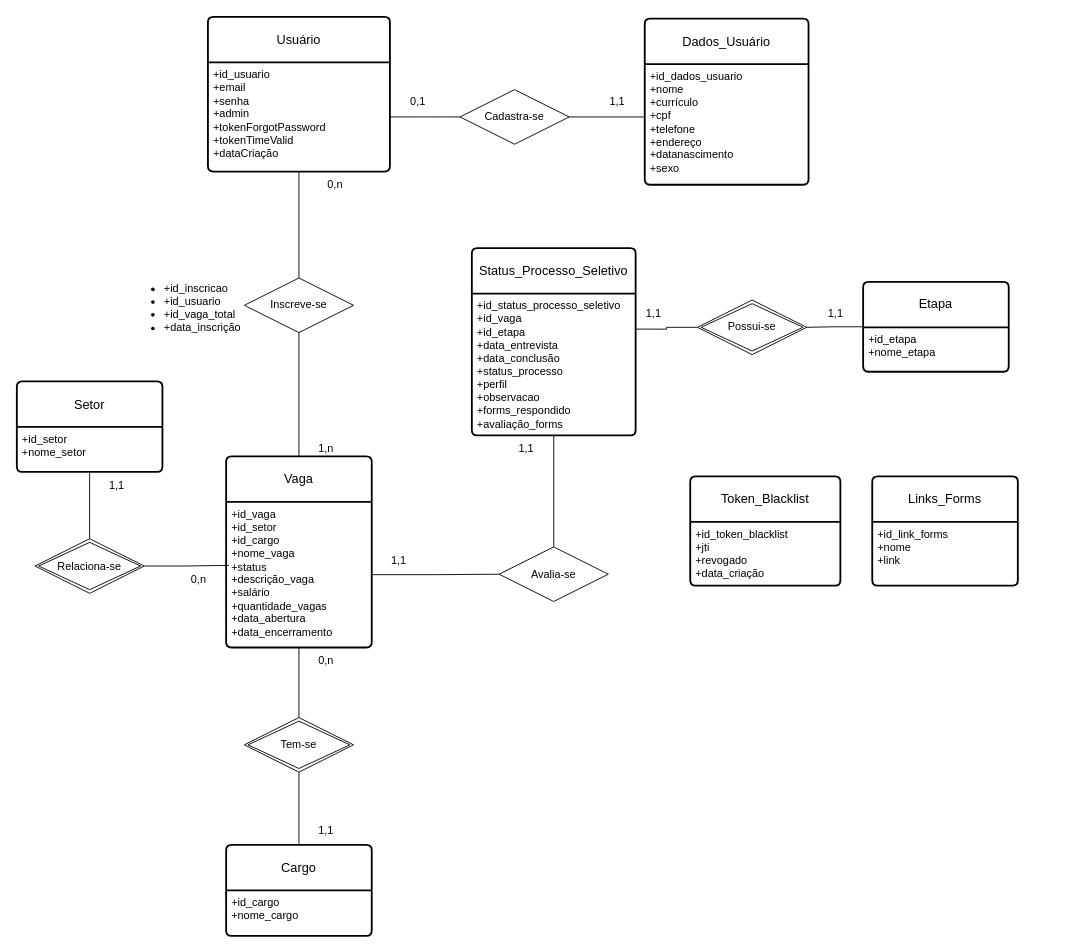
Earlier version of the draw.io diagram Diagrama Modelo Relacional.drawio (ExtraProjects860/Project-Selection-Process-Control). Source tidied: cells renumbered, new cells numbered last; positions are measured from the earlier drawing's top-left corner, leaving out a move shared by most shapes. Both pictures are drawn from the tidied source at 91%, with x=0, y=0 at pixel (16, 16).
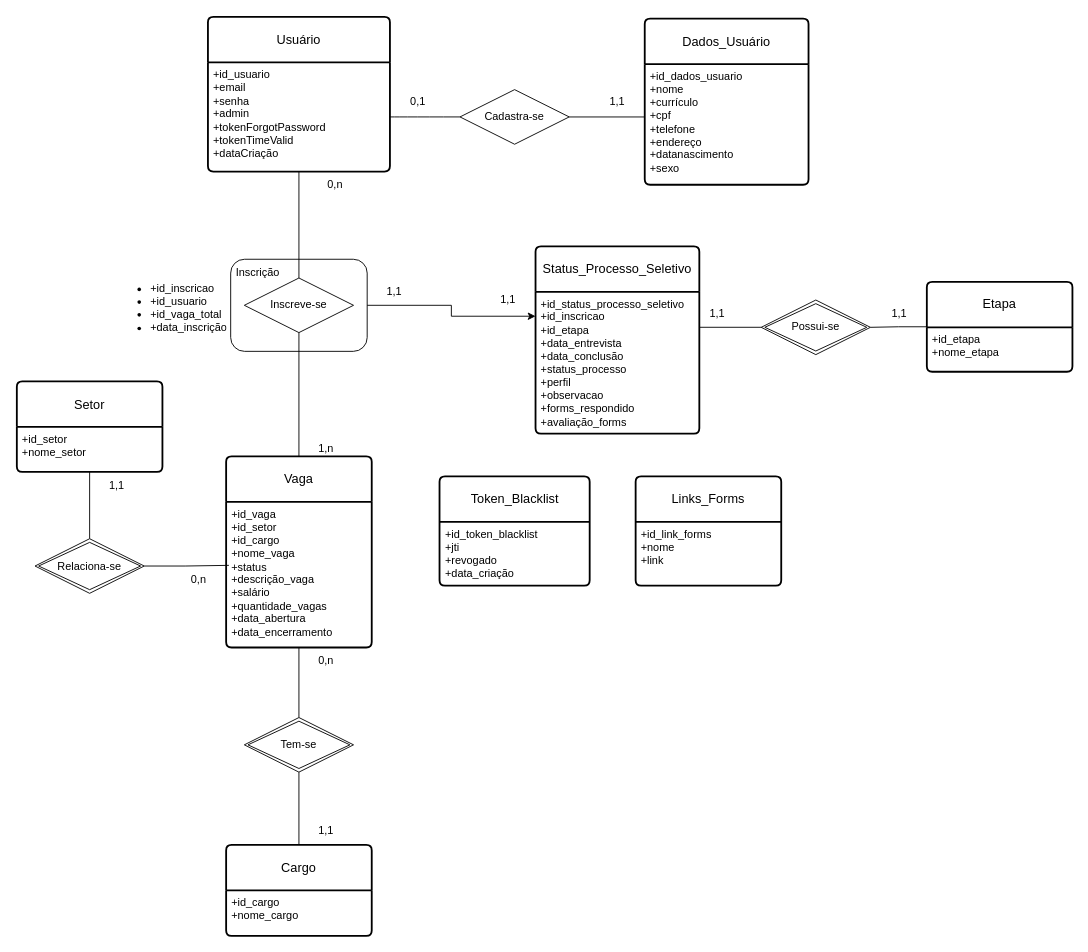
Above is the later version.

The change refers to these unchanged cells:
```xml
<mxCell id="3" value="+id_usuario&lt;br&gt;+email&lt;br&gt;+senha&lt;div&gt;+admin&lt;/div&gt;&lt;div&gt;+tokenForgotPassword&lt;/div&gt;&lt;div&gt;+tokenTimeValid&lt;/div&gt;&lt;div&gt;+dataCriação&lt;/div&gt;" style="align=left;strokeColor=none;fillColor=none;spacingLeft=4;fontSize=12;verticalAlign=top;html=1;" parent="2" vertex="1">
  <mxGeometry y="50" width="200" height="120" as="geometry" />
</mxCell>
<mxCell id="27" value="Vaga" style="swimlane;horizontal=1;startSize=50;rounded=1;fontSize=14;fontStyle=0;strokeWidth=2;shadow=0;dashed=0;align=center;arcSize=4;whiteSpace=wrap;html=1;" parent="1" vertex="1">
  <mxGeometry x="230" y="483" width="160" height="210" as="geometry" />
</mxCell>
<mxCell id="28" value="&lt;div&gt;+id_vaga&lt;/div&gt;&lt;div&gt;+id_setor&lt;/div&gt;&lt;div&gt;+id_cargo&lt;/div&gt;&lt;div&gt;+nome_vaga&lt;/div&gt;&lt;div&gt;+status&lt;/div&gt;&lt;div&gt;+descrição_vaga&lt;/div&gt;&lt;div&gt;+salário&lt;/div&gt;&lt;div&gt;+quantidade_vagas&lt;/div&gt;&lt;div&gt;+data_abertura&lt;/div&gt;&lt;div&gt;+data_encerramento&lt;/div&gt;" style="align=left;strokeColor=none;fillColor=none;spacingLeft=4;fontSize=12;verticalAlign=top;html=1;" parent="27" vertex="1">
  <mxGeometry y="50" width="160" height="160" as="geometry" />
</mxCell>
```

The edit, as a diff of the source:
```diff
@@
     <mxCell id="8" value="Status_Processo_Seletivo" style="swimlane;horizontal=1;startSize=50;rounded=1;fontSize=14;fontStyle=0;strokeWidth=2;shadow=0;dashed=0;align=center;arcSize=4;whiteSpace=wrap;html=1;" parent="1" vertex="1">
-      <mxGeometry x="500" y="254.2" width="180" height="205.8" as="geometry" />
+      <mxGeometry x="570" y="252.2" width="180" height="205.8" as="geometry" />
     </mxCell>
-    <mxCell id="9" value="+id_status_processo_seletivo&lt;div&gt;+id_vaga&lt;/div&gt;&lt;div&gt;+id_etapa&lt;/div&gt;&lt;div&gt;&lt;span style=&quot;background-color: initial;&quot;&gt;+data_entrevista&lt;/span&gt;&lt;/div&gt;&lt;div&gt;&lt;span style=&quot;background-color: initial;&quot;&gt;+data_conclusão&lt;/span&gt;&lt;/div&gt;&lt;div&gt;&lt;span style=&quot;background-color: initial;&quot;&gt;+status_processo&lt;/span&gt;&lt;/div&gt;&lt;div&gt;+perfil&lt;/div&gt;&lt;div&gt;+observacao&lt;/div&gt;&lt;div&gt;+forms_respondido&lt;/div&gt;&lt;div&gt;+avaliação_forms&lt;/div&gt;" style="align=left;strokeColor=none;fillColor=none;spacingLeft=4;fontSize=12;verticalAlign=top;html=1;" parent="8" vertex="1">
+    <mxCell id="9" value="+id_status_processo_seletivo&lt;div&gt;+id_inscricao&lt;/div&gt;&lt;div&gt;+id_etapa&lt;/div&gt;&lt;div&gt;&lt;span style=&quot;background-color: initial;&quot;&gt;+data_entrevista&lt;/span&gt;&lt;/div&gt;&lt;div&gt;&lt;span style=&quot;background-color: initial;&quot;&gt;+data_conclusão&lt;/span&gt;&lt;/div&gt;&lt;div&gt;&lt;span style=&quot;background-color: initial;&quot;&gt;+status_processo&lt;/span&gt;&lt;/div&gt;&lt;div&gt;+perfil&lt;/div&gt;&lt;div&gt;+observacao&lt;/div&gt;&lt;div&gt;+forms_respondido&lt;/div&gt;&lt;div&gt;+avaliação_forms&lt;/div&gt;" style="align=left;strokeColor=none;fillColor=none;spacingLeft=4;fontSize=12;verticalAlign=top;html=1;" parent="8" vertex="1">
       <mxGeometry y="50" width="180" height="155.8" as="geometry" />
     </mxCell>
@@
-    <mxCell id="18" style="edgeStyle=orthogonalEdgeStyle;rounded=0;jettySize=auto;html=1;endArrow=none;endFill=0;" parent="1" edge="1" source="19" target="8">
-      <mxGeometry relative="1" as="geometry" />
-    </mxCell>
-    <mxCell id="19" value="Avalia-se" style="shape=rhombus;perimeter=rhombusPerimeter;whiteSpace=wrap;html=1;align=center;" parent="1" vertex="1">
-      <mxGeometry x="530" y="582.5" width="120" height="60" as="geometry" />
-    </mxCell>
@@
     <mxCell id="21" value="1,1" style="text;html=1;align=center;verticalAlign=middle;whiteSpace=wrap;rounded=0;" parent="1" vertex="1">
-      <mxGeometry x="390" y="582.5" width="60" height="30" as="geometry" />
+      <mxGeometry x="385" y="287" width="60" height="30" as="geometry" />
     </mxCell>
     <mxCell id="22" value="1,1" style="text;html=1;align=center;verticalAlign=middle;whiteSpace=wrap;rounded=0;" parent="1" vertex="1">
-      <mxGeometry x="530" y="460" width="60" height="30" as="geometry" />
+      <mxGeometry x="510" y="296.4" width="60" height="30" as="geometry" />
     </mxCell>
-    <mxCell id="23" style="edgeStyle=orthogonalEdgeStyle;rounded=0;jettySize=auto;html=1;endArrow=none;endFill=0;" parent="1" edge="1" source="24" target="27">
-      <mxGeometry relative="1" as="geometry" />
-    </mxCell>
-    <mxCell id="24" value="Inscreve-se" style="shape=rhombus;perimeter=rhombusPerimeter;whiteSpace=wrap;html=1;align=center;" parent="1" vertex="1">
-      <mxGeometry x="250" y="287" width="120" height="60" as="geometry" />
-    </mxCell>
-    <mxCell id="25" style="edgeStyle=orthogonalEdgeStyle;rounded=0;jettySize=auto;html=1;endArrow=none;endFill=0;" parent="1" edge="1" source="3" target="24">
-      <mxGeometry relative="1" as="geometry" />
-    </mxCell>
@@
     <mxCell id="31" value="&lt;ul&gt;&lt;li&gt;&lt;span style=&quot;text-wrap: nowrap;&quot;&gt;+id_inscricao&lt;/span&gt;&lt;/li&gt;&lt;li&gt;&lt;span style=&quot;text-wrap: nowrap;&quot;&gt;+id_usuario&lt;/span&gt;&lt;/li&gt;&lt;li&gt;&lt;span style=&quot;text-wrap: nowrap;&quot;&gt;+id_vaga_total&lt;/span&gt;&lt;/li&gt;&lt;li&gt;&lt;span style=&quot;text-wrap: nowrap;&quot;&gt;+data_inscrição&lt;/span&gt;&lt;/li&gt;&lt;/ul&gt;" style="text;strokeColor=none;fillColor=none;html=1;whiteSpace=wrap;verticalAlign=middle;overflow=hidden;" parent="1" vertex="1">
-      <mxGeometry x="120" y="277" width="130" height="80" as="geometry" />
+      <mxGeometry x="105" y="277" width="130" height="80" as="geometry" />
     </mxCell>
-    <mxCell id="32" style="edgeStyle=orthogonalEdgeStyle;rounded=0;jettySize=auto;html=1;endArrow=none;endFill=0;" parent="1" edge="1" source="28" target="19">
-      <mxGeometry relative="1" as="geometry" />
-    </mxCell>
@@
     <mxCell id="35" value="Etapa" style="swimlane;horizontal=1;startSize=50;rounded=1;fontSize=14;fontStyle=0;strokeWidth=2;shadow=0;dashed=0;align=center;arcSize=4;whiteSpace=wrap;html=1;" parent="1" vertex="1">
-      <mxGeometry x="930" y="291.2" width="160" height="98.8" as="geometry" />
+      <mxGeometry x="1000" y="291.2" width="160" height="98.8" as="geometry" />
     </mxCell>
@@
     <mxCell id="37" value="Possui-se" style="shape=rhombus;double=1;perimeter=rhombusPerimeter;whiteSpace=wrap;html=1;align=center;" parent="1" vertex="1">
-      <mxGeometry x="748" y="311.2" width="120" height="60" as="geometry" />
+      <mxGeometry x="818" y="311.2" width="120" height="60" as="geometry" />
     </mxCell>
     <mxCell id="38" value="1,1" style="text;html=1;align=center;verticalAlign=middle;whiteSpace=wrap;rounded=0;" parent="1" vertex="1">
-      <mxGeometry x="670" y="311.2" width="60" height="30" as="geometry" />
+      <mxGeometry x="740" y="311.2" width="60" height="30" as="geometry" />
     </mxCell>
     <mxCell id="39" value="1,1" style="text;html=1;align=center;verticalAlign=middle;whiteSpace=wrap;rounded=0;" parent="1" vertex="1">
-      <mxGeometry x="870" y="311.2" width="60" height="30" as="geometry" />
+      <mxGeometry x="940" y="311.2" width="60" height="30" as="geometry" />
     </mxCell>
     <mxCell id="40" value="Links_Forms" style="swimlane;horizontal=1;startSize=50;rounded=1;fontSize=14;fontStyle=0;strokeWidth=2;shadow=0;dashed=0;align=center;arcSize=4;whiteSpace=wrap;html=1;" parent="1" vertex="1">
-      <mxGeometry x="940" y="505" width="160" height="120" as="geometry" />
+      <mxGeometry x="680" y="505" width="160" height="120" as="geometry" />
     </mxCell>
@@
     <mxCell id="49" value="Token_Blacklist" style="swimlane;horizontal=1;startSize=50;rounded=1;fontSize=14;fontStyle=0;strokeWidth=2;shadow=0;dashed=0;align=center;arcSize=4;whiteSpace=wrap;html=1;" parent="1" vertex="1">
-      <mxGeometry x="740" y="505" width="165" height="120" as="geometry" />
+      <mxGeometry x="464.5" y="505" width="165" height="120" as="geometry" />
     </mxCell>
@@
+    <mxCell id="51" style="rounded=1;whiteSpace=wrap;html=1;" parent="1" vertex="1">
+      <mxGeometry x="235" y="266.4" width="150" height="101.2" as="geometry" />
+    </mxCell>
+    <mxCell id="24" value="Inscreve-se" style="shape=rhombus;perimeter=rhombusPerimeter;whiteSpace=wrap;html=1;align=center;" parent="1" vertex="1">
+      <mxGeometry x="250" y="287" width="120" height="60" as="geometry" />
+    </mxCell>
+    <mxCell id="23" style="edgeStyle=orthogonalEdgeStyle;rounded=0;jettySize=auto;html=1;endArrow=none;endFill=0;" parent="1" edge="1" source="24" target="27">
+      <mxGeometry relative="1" as="geometry" />
+    </mxCell>
+    <mxCell id="25" style="edgeStyle=orthogonalEdgeStyle;rounded=0;jettySize=auto;html=1;endArrow=none;endFill=0;" parent="1" edge="1" source="3" target="24">
+      <mxGeometry relative="1" as="geometry" />
+    </mxCell>
+    <mxCell id="52" value="Inscrição" style="text;html=1;align=center;verticalAlign=middle;whiteSpace=wrap;rounded=0;" parent="1" vertex="1">
+      <mxGeometry x="235" y="266.4" width="60" height="30" as="geometry" />
+    </mxCell>
+    <mxCell id="53" style="edgeStyle=orthogonalEdgeStyle;rounded=0;jettySize=auto;html=1;entryX=0;entryY=0.172;entryDx=0;entryDy=0;entryPerimeter=0;" parent="1" edge="1" source="51" target="9">
+      <mxGeometry relative="1" as="geometry" />
+    </mxCell>
```
